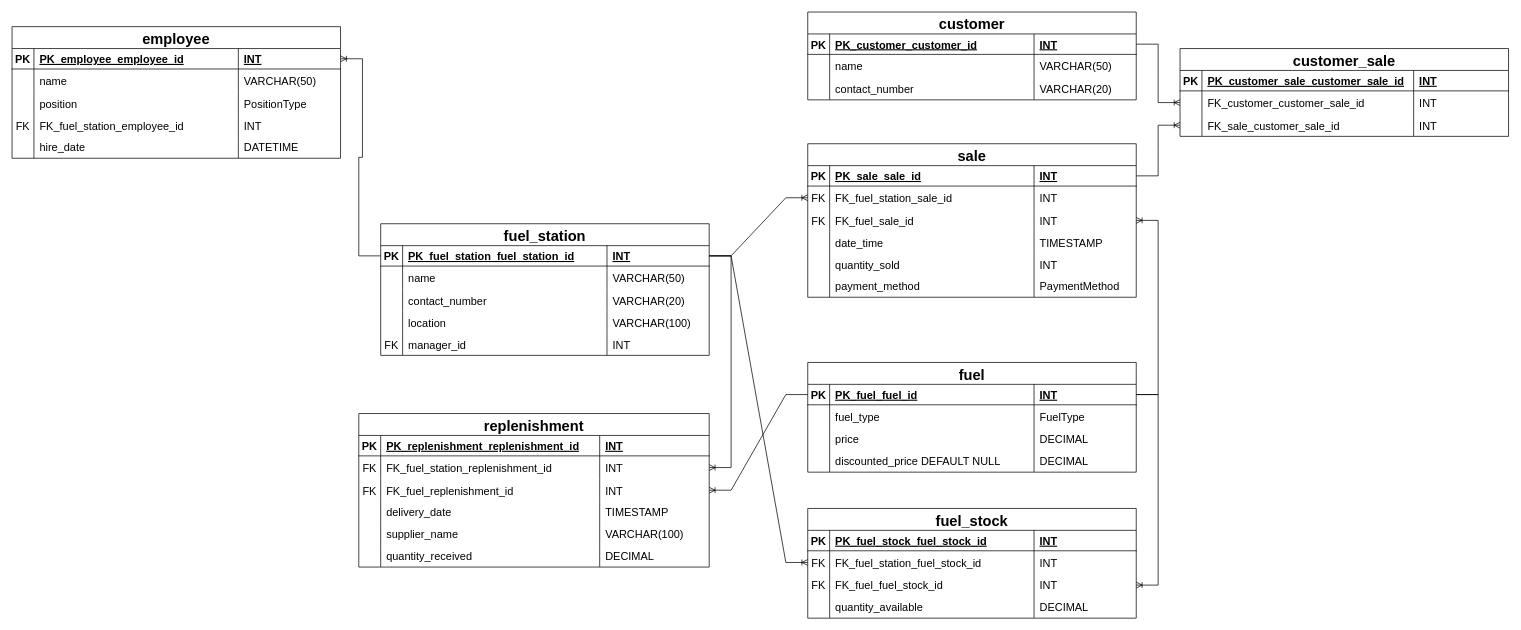
GiorgiEz/DB-modeling keeps this draw.io diagram as Untitled Diagram.drawio. Above is the earlier version. Source tidied: cells renumbered, new cells numbered last; positions are measured from the earlier drawing's top-left corner, leaving out a move shared by most shapes. Both pictures are drawn from the tidied source at 73%, with x=0, y=0 at pixel (12, 12).
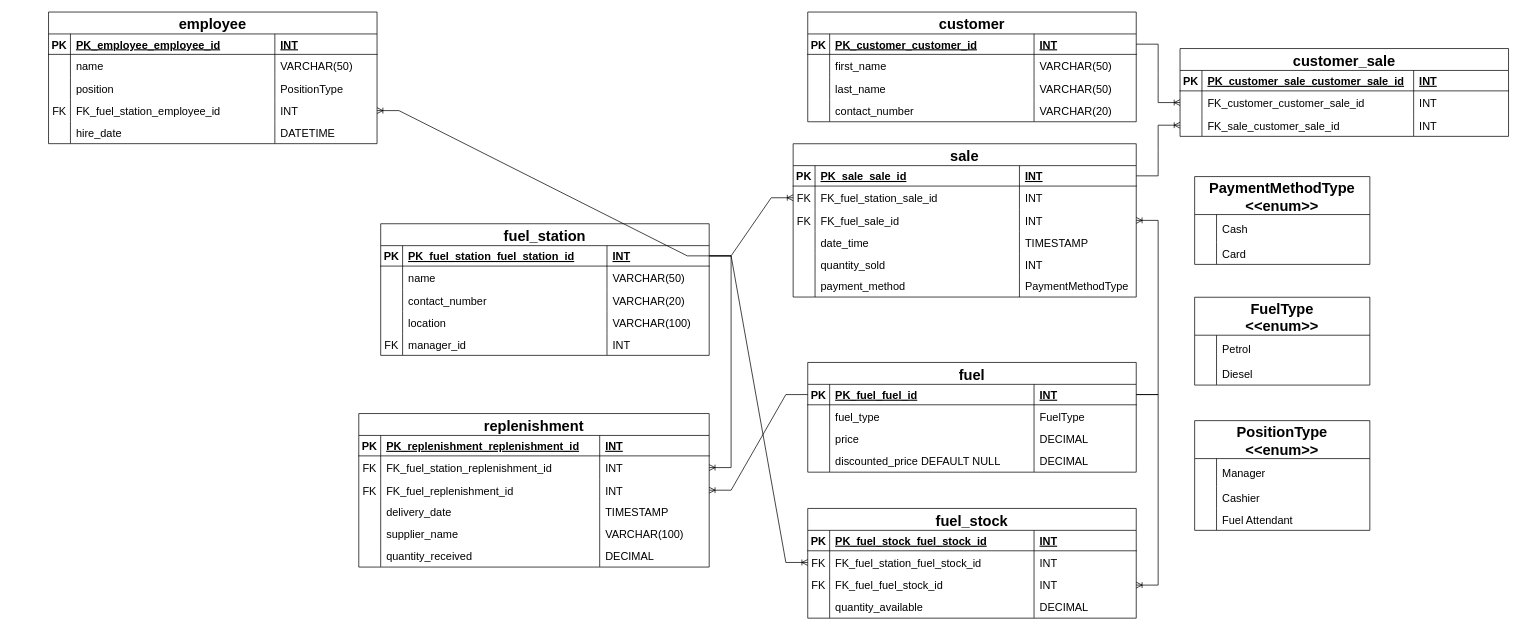
The same page after the edit.

Commit message:
added enum types

Unchanged cells that the change refers to:
```xml
<mxCell id="3" style="shape=partialRectangle;fillColor=none;points=[[0,0.5],[1,0.5]];portConstraint=eastwest;top=0;left=0;right=0;bottom=1;" parent="2" vertex="1">
  <mxGeometry y="30" width="450" height="28" as="geometry" />
</mxCell>
<mxCell id="114" style="shape=partialRectangle;fillColor=none;points=[[0,0.5],[1,0.5]];portConstraint=eastwest;top=0;left=0;right=0;bottom=1;" parent="113" vertex="1">
  <mxGeometry y="30" width="450" height="28" as="geometry" />
</mxCell>
<mxCell id="126" style="shape=tableRow;horizontal=0;startSize=0;swimlaneHead=0;swimlaneBody=0;fillColor=none;points=[[0,0.5],[1,0.5]];portConstraint=eastwest;top=0;left=0;right=0;bottom=0;" parent="113" vertex="1">
  <mxGeometry y="120" width="450" height="30" as="geometry" />
</mxCell>
<mxCell id="139" style="shape=partialRectangle;fillColor=none;top=0;left=0;right=0;bottom=0;" parent="134" vertex="1">
  <mxGeometry y="58" width="450" height="32" as="geometry" />
</mxCell>
<mxCell id="143" style="shape=tableRow;horizontal=0;startSize=0;swimlaneHead=0;swimlaneBody=0;fillColor=none;top=0;left=0;right=0;bottom=0;" parent="134" vertex="1">
  <mxGeometry y="90" width="450" height="30" as="geometry" />
</mxCell>
```

Change to the diagram source:
```diff
@@
     <mxCell id="59" value="sale" style="shape=table;startSize=30;childLayout=tableLayout;rowLines=0;fontStyle=1;align=center;fillColor=#FFFFFF;strokeColor=#000000;fontSize=20;direction=east;flipH=0;flipV=0;" parent="1" vertex="1">
-      <mxGeometry x="1090" y="180.4" width="450" height="210.3" as="geometry" />
+      <mxGeometry x="1070" y="180.4" width="470" height="210" as="geometry" />
     </mxCell>
     <mxCell id="60" style="shape=partialRectangle;fillColor=none;points=[[0,0.5],[1,0.5]];portConstraint=eastwest;top=0;left=0;right=0;bottom=1;" parent="59" vertex="1">
-      <mxGeometry y="30" width="450" height="28" as="geometry" />
+      <mxGeometry y="30" width="470" height="28" as="geometry" />
     </mxCell>
@@
     <mxCell id="63" value="INT" style="shape=partialRectangle;overflow=hidden;fillColor=none;top=0;left=0;bottom=0;right=0;align=left;spacingLeft=6;fontStyle=5;fontSize=15;" parent="60" vertex="1">
-      <mxGeometry x="310" width="140" height="28" as="geometry" />
+      <mxGeometry x="310" width="160" height="28" as="geometry" />
     </mxCell>
     <mxCell id="64" style="shape=partialRectangle;fillColor=none;points=[[0,0.5],[1,0.5]];portConstraint=eastwest;top=0;left=0;right=0;bottom=0;" parent="59" vertex="1">
-      <mxGeometry y="58" width="450" height="32" as="geometry" />
+      <mxGeometry y="58" width="470" height="32" as="geometry" />
     </mxCell>
@@
     <mxCell id="67" value="INT" style="shape=partialRectangle;overflow=hidden;fillColor=none;top=0;left=0;bottom=0;right=0;align=left;spacingLeft=6;fontColor=#000000;labelBackgroundColor=none;fontSize=15;" parent="64" vertex="1">
-      <mxGeometry x="310" width="140" height="32" as="geometry" />
+      <mxGeometry x="310" width="160" height="32" as="geometry" />
     </mxCell>
     <mxCell id="68" style="shape=tableRow;horizontal=0;startSize=0;swimlaneHead=0;swimlaneBody=0;fillColor=none;points=[[0,0.5],[1,0.5]];portConstraint=eastwest;top=0;left=0;right=0;bottom=0;" parent="59" vertex="1">
-      <mxGeometry y="90" width="450" height="30" as="geometry" />
+      <mxGeometry y="90" width="470" height="30" as="geometry" />
     </mxCell>
@@
     <mxCell id="71" value="INT" style="shape=partialRectangle;fillColor=none;top=0;left=0;bottom=0;right=0;align=left;spacingLeft=6;overflow=hidden;fontSize=15;" parent="68" vertex="1">
-      <mxGeometry x="310" width="140" height="30" as="geometry" />
+      <mxGeometry x="310" width="160" height="30" as="geometry" />
     </mxCell>
     <mxCell id="72" style="shape=tableRow;horizontal=0;startSize=0;swimlaneHead=0;swimlaneBody=0;fillColor=none;top=0;left=0;right=0;bottom=0;" parent="59" vertex="1">
-      <mxGeometry y="120" width="450" height="30" as="geometry" />
+      <mxGeometry y="120" width="470" height="30" as="geometry" />
     </mxCell>
@@
     <mxCell id="75" value="TIMESTAMP" style="shape=partialRectangle;fillColor=none;top=0;left=0;bottom=0;right=0;align=left;spacingLeft=6;overflow=hidden;fontSize=15;" parent="72" vertex="1">
-      <mxGeometry x="310" width="140" height="30" as="geometry" />
+      <mxGeometry x="310" width="160" height="30" as="geometry" />
     </mxCell>
     <mxCell id="76" style="shape=tableRow;horizontal=0;startSize=0;swimlaneHead=0;swimlaneBody=0;fillColor=none;top=0;left=0;right=0;bottom=0;" parent="59" vertex="1">
-      <mxGeometry y="150" width="450" height="30" as="geometry" />
+      <mxGeometry y="150" width="470" height="30" as="geometry" />
     </mxCell>
@@
     <mxCell id="79" value="INT" style="shape=partialRectangle;fillColor=none;top=0;left=0;bottom=0;right=0;align=left;spacingLeft=6;overflow=hidden;fontSize=15;" parent="76" vertex="1">
-      <mxGeometry x="310" width="140" height="30" as="geometry" />
+      <mxGeometry x="310" width="160" height="30" as="geometry" />
     </mxCell>
     <mxCell id="80" style="shape=tableRow;horizontal=0;startSize=0;swimlaneHead=0;swimlaneBody=0;fillColor=none;top=0;left=0;right=0;bottom=0;" parent="59" vertex="1">
-      <mxGeometry y="180" width="450" height="30" as="geometry" />
+      <mxGeometry y="180" width="470" height="30" as="geometry" />
     </mxCell>
@@
-    <mxCell id="83" value="PaymentMethod" style="shape=partialRectangle;fillColor=none;top=0;left=0;bottom=0;right=0;align=left;spacingLeft=6;overflow=hidden;fontSize=15;" parent="80" vertex="1">
-      <mxGeometry x="310" width="140" height="30" as="geometry" />
+    <mxCell id="83" value="PaymentMethodType" style="shape=partialRectangle;fillColor=none;top=0;left=0;bottom=0;right=0;align=left;spacingLeft=6;overflow=hidden;fontSize=15;" parent="80" vertex="1">
+      <mxGeometry x="310" width="160" height="30" as="geometry" />
     </mxCell>
@@
     <mxCell id="113" value="employee" style="shape=table;startSize=30;childLayout=tableLayout;rowLines=0;fontStyle=1;align=center;fillColor=#FFFFFF;strokeColor=#000000;fontSize=20;direction=east;flipH=0;flipV=0;" parent="1" vertex="1">
-      <mxGeometry y="20" width="450" height="180.3" as="geometry" />
+      <mxGeometry x="50" width="450" height="180.3" as="geometry" />
     </mxCell>
@@
     <mxCell id="134" value="customer" style="shape=table;startSize=30;childLayout=tableLayout;rowLines=0;fontStyle=1;align=center;fillColor=#FFFFFF;strokeColor=#000000;fontSize=20;direction=east;flipH=0;flipV=0;" parent="1" vertex="1">
-      <mxGeometry x="1090" width="450" height="120.3" as="geometry" />
+      <mxGeometry x="1090" width="450" height="150.3" as="geometry" />
     </mxCell>
@@
-    <mxCell id="141" value="name" style="shape=partialRectangle;overflow=hidden;fillColor=none;top=0;left=0;bottom=0;right=0;align=left;spacingLeft=6;fontColor=#000000;labelBackgroundColor=none;fontSize=15;" parent="139" vertex="1">
+    <mxCell id="141" value="first_name" style="shape=partialRectangle;overflow=hidden;fillColor=none;top=0;left=0;bottom=0;right=0;align=left;spacingLeft=6;fontColor=#000000;labelBackgroundColor=none;fontSize=15;" parent="139" vertex="1">
       <mxGeometry x="30" width="280" height="32" as="geometry" />
     </mxCell>
@@
-    <mxCell id="145" value="contact_number" style="shape=partialRectangle;fillColor=none;top=0;left=0;bottom=0;right=0;align=left;spacingLeft=6;overflow=hidden;fontSize=15;" parent="143" vertex="1">
+    <mxCell id="145" value="last_name" style="shape=partialRectangle;fillColor=none;top=0;left=0;bottom=0;right=0;align=left;spacingLeft=6;overflow=hidden;fontSize=15;" parent="143" vertex="1">
       <mxGeometry x="30" width="280" height="30" as="geometry" />
     </mxCell>
-    <mxCell id="146" value="VARCHAR(20)" style="shape=partialRectangle;fillColor=none;top=0;left=0;bottom=0;right=0;align=left;spacingLeft=6;overflow=hidden;fontSize=15;" parent="143" vertex="1">
+    <mxCell id="146" value="VARCHAR(50)" style="shape=partialRectangle;fillColor=none;top=0;left=0;bottom=0;right=0;align=left;spacingLeft=6;overflow=hidden;fontSize=15;" parent="143" vertex="1">
       <mxGeometry x="310" width="140" height="30" as="geometry" />
     </mxCell>
+    <mxCell id="163" style="shape=tableRow;horizontal=0;startSize=0;swimlaneHead=0;swimlaneBody=0;fillColor=none;top=0;left=0;right=0;bottom=0;" parent="134" vertex="1">
+      <mxGeometry y="120" width="450" height="30" as="geometry" />
+    </mxCell>
+    <mxCell id="164" style="shape=partialRectangle;fillColor=none;top=0;left=0;bottom=0;right=0;overflow=hidden;" parent="163" vertex="1">
+      <mxGeometry width="30" height="30" as="geometry" />
+    </mxCell>
+    <mxCell id="165" value="contact_number" style="shape=partialRectangle;fillColor=none;top=0;left=0;bottom=0;right=0;align=left;spacingLeft=6;overflow=hidden;fontSize=15;" parent="163" vertex="1">
+      <mxGeometry x="30" width="280" height="30" as="geometry" />
+    </mxCell>
+    <mxCell id="166" value="VARCHAR(20)" style="shape=partialRectangle;fillColor=none;top=0;left=0;bottom=0;right=0;align=left;spacingLeft=6;overflow=hidden;fontSize=15;" parent="163" vertex="1">
+      <mxGeometry x="310" width="140" height="30" as="geometry" />
+    </mxCell>
@@
-    <mxCell id="162" style="edgeStyle=entityRelationEdgeStyle;fontSize=12;html=1;endArrow=ERoneToMany;rounded=0;exitX=0;exitY=0.5;exitDx=0;exitDy=0;entryX=1;entryY=0.5;entryDx=0;entryDy=0;" parent="1" edge="1" source="3" target="114">
-      <mxGeometry relative="1" as="geometry">
-        <Array as="points">
-          <mxPoint x="390" y="250" />
-        </Array>
-      </mxGeometry>
-    </mxCell>
+    <mxCell id="167" value="PaymentMethodType&#10;&lt;&lt;enum&gt;&gt;" style="shape=table;startSize=52;childLayout=tableLayout;rowLines=0;fontStyle=1;align=center;fillColor=#FFFFFF;strokeColor=#000000;fontSize=20;direction=east;flipH=0;flipV=0;" parent="1" vertex="1">
+      <mxGeometry x="1620" y="225.4" width="240" height="120.3" as="geometry" />
+    </mxCell>
+    <mxCell id="168" style="shape=partialRectangle;fillColor=none;top=0;left=0;right=0;bottom=0;" parent="167" vertex="1">
+      <mxGeometry y="52" width="240" height="38" as="geometry" />
+    </mxCell>
+    <mxCell id="169" style="shape=partialRectangle;overflow=hidden;fillColor=none;top=0;left=0;bottom=0;right=0;" parent="168" vertex="1">
+      <mxGeometry width="30" height="38" as="geometry" />
+    </mxCell>
+    <mxCell id="170" value="Cash" style="shape=partialRectangle;overflow=hidden;fillColor=none;top=0;left=0;bottom=0;right=0;align=left;spacingLeft=6;fontColor=#000000;labelBackgroundColor=none;fontSize=15;" parent="168" vertex="1">
+      <mxGeometry x="30" width="210" height="38" as="geometry" />
+    </mxCell>
+    <mxCell id="171" style="shape=tableRow;horizontal=0;startSize=0;swimlaneHead=0;swimlaneBody=0;fillColor=none;top=0;left=0;right=0;bottom=0;" parent="167" vertex="1">
+      <mxGeometry y="90" width="240" height="30" as="geometry" />
+    </mxCell>
+    <mxCell id="172" style="shape=partialRectangle;fillColor=none;top=0;left=0;bottom=0;right=0;overflow=hidden;" parent="171" vertex="1">
+      <mxGeometry width="30" height="30" as="geometry" />
+    </mxCell>
+    <mxCell id="173" value="Card" style="shape=partialRectangle;fillColor=none;top=0;left=0;bottom=0;right=0;align=left;spacingLeft=6;overflow=hidden;fontSize=15;" parent="171" vertex="1">
+      <mxGeometry x="30" width="210" height="30" as="geometry" />
+    </mxCell>
+    <mxCell id="174" value="FuelType&#10;&lt;&lt;enum&gt;&gt;" style="shape=table;startSize=52;childLayout=tableLayout;rowLines=0;fontStyle=1;align=center;fillColor=#FFFFFF;strokeColor=#000000;fontSize=20;direction=east;flipH=0;flipV=0;" parent="1" vertex="1">
+      <mxGeometry x="1620" y="390.7" width="240" height="120.3" as="geometry" />
+    </mxCell>
+    <mxCell id="175" style="shape=partialRectangle;fillColor=none;top=0;left=0;right=0;bottom=0;" parent="174" vertex="1">
+      <mxGeometry y="52" width="240" height="38" as="geometry" />
+    </mxCell>
+    <mxCell id="176" style="shape=partialRectangle;overflow=hidden;fillColor=none;top=0;left=0;bottom=0;right=0;" parent="175" vertex="1">
+      <mxGeometry width="30" height="38" as="geometry" />
+    </mxCell>
+    <mxCell id="177" value="Petrol" style="shape=partialRectangle;overflow=hidden;fillColor=none;top=0;left=0;bottom=0;right=0;align=left;spacingLeft=6;fontColor=#000000;labelBackgroundColor=none;fontSize=15;" parent="175" vertex="1">
+      <mxGeometry x="30" width="210" height="38" as="geometry" />
+    </mxCell>
+    <mxCell id="178" style="shape=tableRow;horizontal=0;startSize=0;swimlaneHead=0;swimlaneBody=0;fillColor=none;top=0;left=0;right=0;bottom=0;" parent="174" vertex="1">
+      <mxGeometry y="90" width="240" height="30" as="geometry" />
+    </mxCell>
+    <mxCell id="179" style="shape=partialRectangle;fillColor=none;top=0;left=0;bottom=0;right=0;overflow=hidden;" parent="178" vertex="1">
+      <mxGeometry width="30" height="30" as="geometry" />
+    </mxCell>
+    <mxCell id="180" value="Diesel" style="shape=partialRectangle;fillColor=none;top=0;left=0;bottom=0;right=0;align=left;spacingLeft=6;overflow=hidden;fontSize=15;" parent="178" vertex="1">
+      <mxGeometry x="30" width="210" height="30" as="geometry" />
+    </mxCell>
+    <mxCell id="181" value="PositionType&#10;&lt;&lt;enum&gt;&gt;" style="shape=table;startSize=52;childLayout=tableLayout;rowLines=0;fontStyle=1;align=center;fillColor=#FFFFFF;strokeColor=#000000;fontSize=20;direction=east;flipH=0;flipV=0;" parent="1" vertex="1">
+      <mxGeometry x="1620" y="559.7" width="240" height="150.3" as="geometry" />
+    </mxCell>
+    <mxCell id="182" style="shape=partialRectangle;fillColor=none;top=0;left=0;right=0;bottom=0;" parent="181" vertex="1">
+      <mxGeometry y="52" width="240" height="38" as="geometry" />
+    </mxCell>
+    <mxCell id="183" style="shape=partialRectangle;overflow=hidden;fillColor=none;top=0;left=0;bottom=0;right=0;" parent="182" vertex="1">
+      <mxGeometry width="30" height="38" as="geometry" />
+    </mxCell>
+    <mxCell id="184" value="Manager" style="shape=partialRectangle;overflow=hidden;fillColor=none;top=0;left=0;bottom=0;right=0;align=left;spacingLeft=6;fontColor=#000000;labelBackgroundColor=none;fontSize=15;" parent="182" vertex="1">
+      <mxGeometry x="30" width="210" height="38" as="geometry" />
+    </mxCell>
+    <mxCell id="185" style="shape=tableRow;horizontal=0;startSize=0;swimlaneHead=0;swimlaneBody=0;fillColor=none;top=0;left=0;right=0;bottom=0;" parent="181" vertex="1">
+      <mxGeometry y="90" width="240" height="30" as="geometry" />
+    </mxCell>
+    <mxCell id="186" style="shape=partialRectangle;fillColor=none;top=0;left=0;bottom=0;right=0;overflow=hidden;" parent="185" vertex="1">
+      <mxGeometry width="30" height="30" as="geometry" />
+    </mxCell>
+    <mxCell id="187" value="Cashier" style="shape=partialRectangle;fillColor=none;top=0;left=0;bottom=0;right=0;align=left;spacingLeft=6;overflow=hidden;fontSize=15;" parent="185" vertex="1">
+      <mxGeometry x="30" width="210" height="30" as="geometry" />
+    </mxCell>
+    <mxCell id="188" style="shape=tableRow;horizontal=0;startSize=0;swimlaneHead=0;swimlaneBody=0;fillColor=none;top=0;left=0;right=0;bottom=0;" parent="181" vertex="1">
+      <mxGeometry y="120" width="240" height="30" as="geometry" />
+    </mxCell>
+    <mxCell id="189" style="shape=partialRectangle;fillColor=none;top=0;left=0;bottom=0;right=0;overflow=hidden;" parent="188" vertex="1">
+      <mxGeometry width="30" height="30" as="geometry" />
+    </mxCell>
+    <mxCell id="190" value="Fuel Attendant" style="shape=partialRectangle;fillColor=none;top=0;left=0;bottom=0;right=0;align=left;spacingLeft=6;overflow=hidden;fontSize=15;" parent="188" vertex="1">
+      <mxGeometry x="30" width="210" height="30" as="geometry" />
+    </mxCell>
+    <mxCell id="191" style="edgeStyle=entityRelationEdgeStyle;fontSize=12;html=1;endArrow=ERoneToMany;rounded=0;exitX=1;exitY=0.5;exitDx=0;exitDy=0;entryX=1;entryY=0.5;entryDx=0;entryDy=0;" parent="1" edge="1" source="3" target="126">
+      <mxGeometry relative="1" as="geometry">
+        <Array as="points">
+          <mxPoint x="400" y="260" />
+          <mxPoint x="380" y="250" />
+        </Array>
+      </mxGeometry>
+    </mxCell>
```
